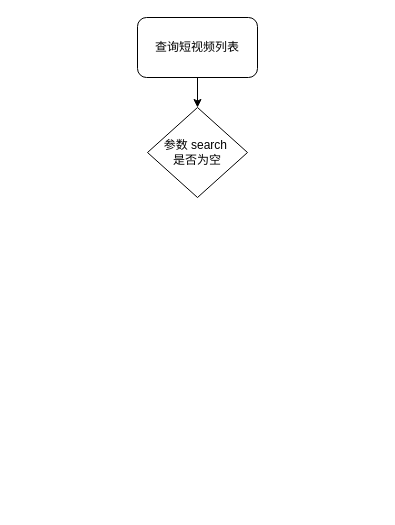
This is 视频模块.drawio from lee11xx/picgo-img, a draw.io file, before an edit. Source tidied: cells renumbered, new cells numbered last; positions are measured from the earlier drawing's top-left corner, leaving out a move shared by most shapes. Both pictures are drawn from the tidied source at 100%, with x=0, y=0 at pixel (137, 17).
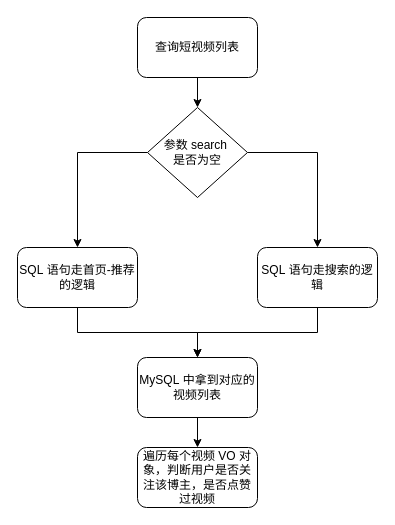
After the change.

Commit message (it also covers changes not shown here):
更新视频模块.drawio

What changed in the source:
```diff
@@
 <mxGraphModel>
   <root>
     <mxCell id="0" />
     <mxCell id="1" parent="0" />
     <mxCell id="2" style="edgeStyle=orthogonalEdgeStyle;rounded=0;jettySize=auto;html=1;" parent="1" edge="1" source="3" target="4">
       <mxGeometry relative="1" as="geometry" />
     </mxCell>
     <mxCell id="3" value="查询短视频列表" style="rounded=1;whiteSpace=wrap;html=1;" parent="1" vertex="1">
       <mxGeometry width="120" height="60" as="geometry" />
     </mxCell>
+    <mxCell id="5" style="edgeStyle=orthogonalEdgeStyle;rounded=0;jettySize=auto;html=1;" parent="1" edge="1" source="4" target="8">
+      <mxGeometry relative="1" as="geometry" />
+    </mxCell>
+    <mxCell id="6" style="edgeStyle=orthogonalEdgeStyle;rounded=0;jettySize=auto;html=1;" parent="1" edge="1" source="4" target="10">
+      <mxGeometry relative="1" as="geometry" />
+    </mxCell>
     <mxCell id="4" value="参数&amp;nbsp;search&amp;nbsp;&lt;br&gt;是否为空" style="rhombus;whiteSpace=wrap;html=1;" parent="1" vertex="1">
       <mxGeometry x="10" y="90" width="100" height="90" as="geometry" />
     </mxCell>
+    <mxCell id="7" style="edgeStyle=orthogonalEdgeStyle;rounded=0;jettySize=auto;html=1;entryX=0.5;entryY=0;entryDx=0;entryDy=0;" parent="1" edge="1" source="8" target="12">
+      <mxGeometry relative="1" as="geometry" />
+    </mxCell>
+    <mxCell id="8" value="SQL&amp;nbsp;语句走首页-推荐的逻辑" style="rounded=1;whiteSpace=wrap;html=1;" parent="1" vertex="1">
+      <mxGeometry x="-120" y="230" width="120" height="60" as="geometry" />
+    </mxCell>
+    <mxCell id="9" style="edgeStyle=orthogonalEdgeStyle;rounded=0;jettySize=auto;html=1;entryX=0.5;entryY=0;entryDx=0;entryDy=0;" parent="1" edge="1" source="10" target="12">
+      <mxGeometry relative="1" as="geometry" />
+    </mxCell>
+    <mxCell id="10" value="SQL&amp;nbsp;语句走搜索的逻辑" style="rounded=1;whiteSpace=wrap;html=1;" parent="1" vertex="1">
+      <mxGeometry x="120" y="230" width="120" height="60" as="geometry" />
+    </mxCell>
+    <mxCell id="11" style="edgeStyle=orthogonalEdgeStyle;rounded=0;jettySize=auto;html=1;" parent="1" edge="1" source="12" target="13">
+      <mxGeometry relative="1" as="geometry" />
+    </mxCell>
+    <mxCell id="12" value="MySQL&amp;nbsp;中拿到对应的视频列表" style="rounded=1;whiteSpace=wrap;html=1;" parent="1" vertex="1">
+      <mxGeometry y="340" width="120" height="60" as="geometry" />
+    </mxCell>
+    <mxCell id="13" value="遍历每个视频&amp;nbsp;VO&amp;nbsp;对象，判断用户是否关注该博主，是否点赞过视频" style="whiteSpace=wrap;html=1;rounded=1;" parent="1" vertex="1">
+      <mxGeometry y="430" width="120" height="60" as="geometry" />
+    </mxCell>
   </root>
 </mxGraphModel>
```
